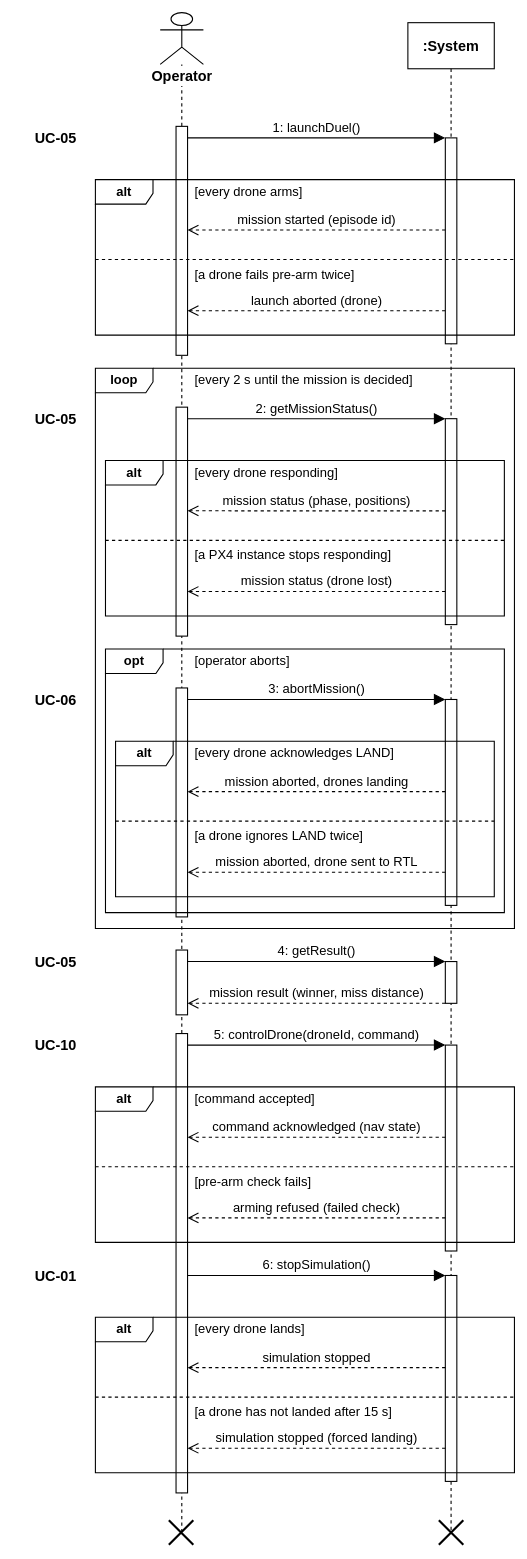
syedmohammad611/diagrams keeps this draw.io diagram as page "SSD: Operator (Mission)" (2 of 4) of 09_system_sequence_diagram.drawio. Above is the earlier version. Source tidied: cells renumbered, new cells numbered last; positions are measured from the earlier drawing's top-left corner, leaving out a move shared by most shapes. Both pictures are drawn from the tidied source at 72%, with x=0, y=0 at pixel (12, 12).
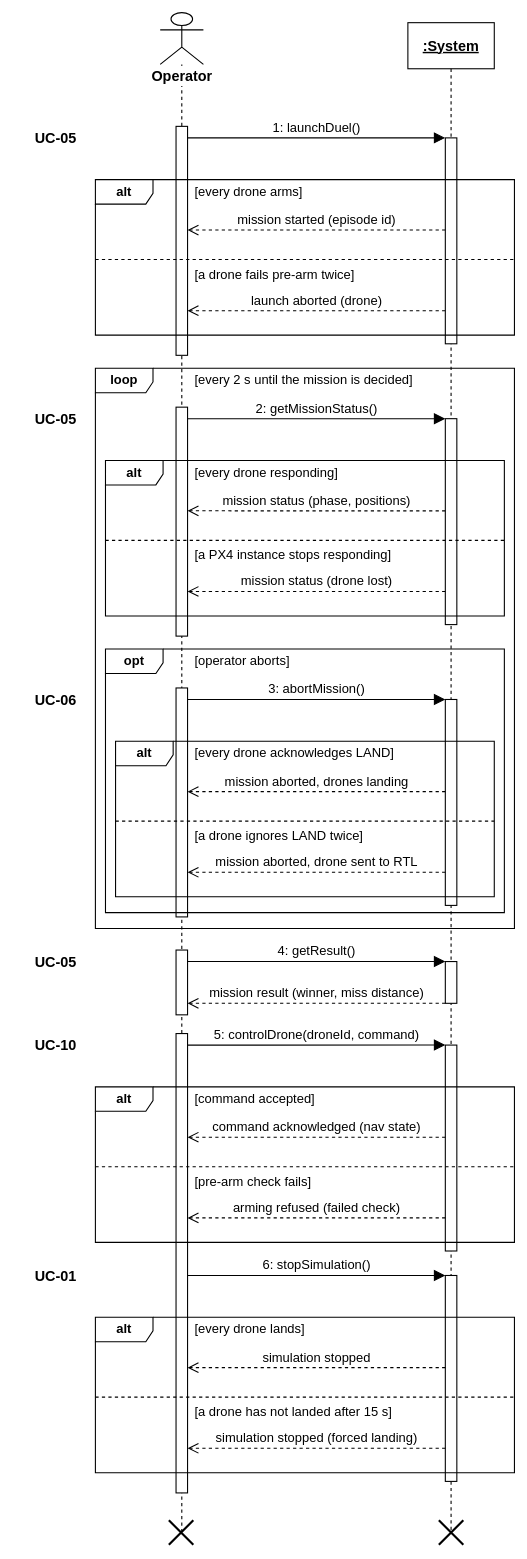
Above is the later version.

Change to the diagram source:
```diff
@@
-    <mxCell id="9" value=":System" style="shape=umlLifeline;perimeter=lifelinePerimeter;whiteSpace=wrap;html=1;newEdgeStyle={&quot;edgeStyle&quot;:&quot;elbowEdgeStyle&quot;,&quot;elbow&quot;:&quot;vertical&quot;,&quot;curved&quot;:0,&quot;rounded&quot;:0};fillColor=none;strokeColor=#000000;strokeWidth=1.5;fontFamily=Helvetica;fontColor=#000000;fontSize=20;fontStyle=1;size=64;" parent="1" vertex="1">
+    <mxCell id="9" value=":System" style="shape=umlLifeline;perimeter=lifelinePerimeter;whiteSpace=wrap;html=1;newEdgeStyle={&quot;edgeStyle&quot;:&quot;elbowEdgeStyle&quot;,&quot;elbow&quot;:&quot;vertical&quot;,&quot;curved&quot;:0,&quot;rounded&quot;:0};fillColor=none;strokeColor=#000000;strokeWidth=1.5;fontFamily=Helvetica;fontColor=#000000;fontSize=20;fontStyle=5;size=64;" parent="1" vertex="1">
       <mxGeometry x="549" y="14" width="120" height="2097" as="geometry" />
     </mxCell>
```
